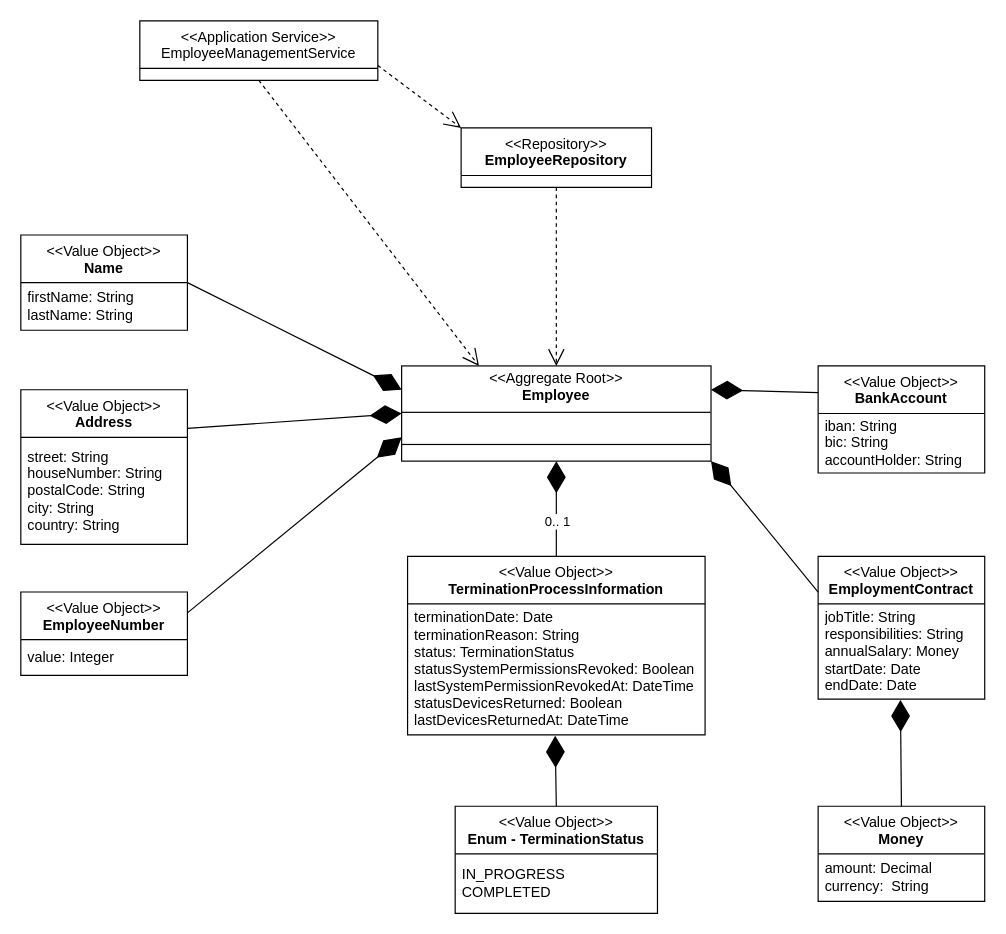
Above: uml/hr-management.drawio in AlexanderCoopmans/FSE-Mitarbeiterverwaltung-Example (draw.io), before the change. Source tidied: cells renumbered, new cells numbered last; positions are measured from the earlier drawing's top-left corner, leaving out a move shared by most shapes. Both pictures are drawn from the tidied source at 119%, with x=0, y=0 at pixel (20, 20).
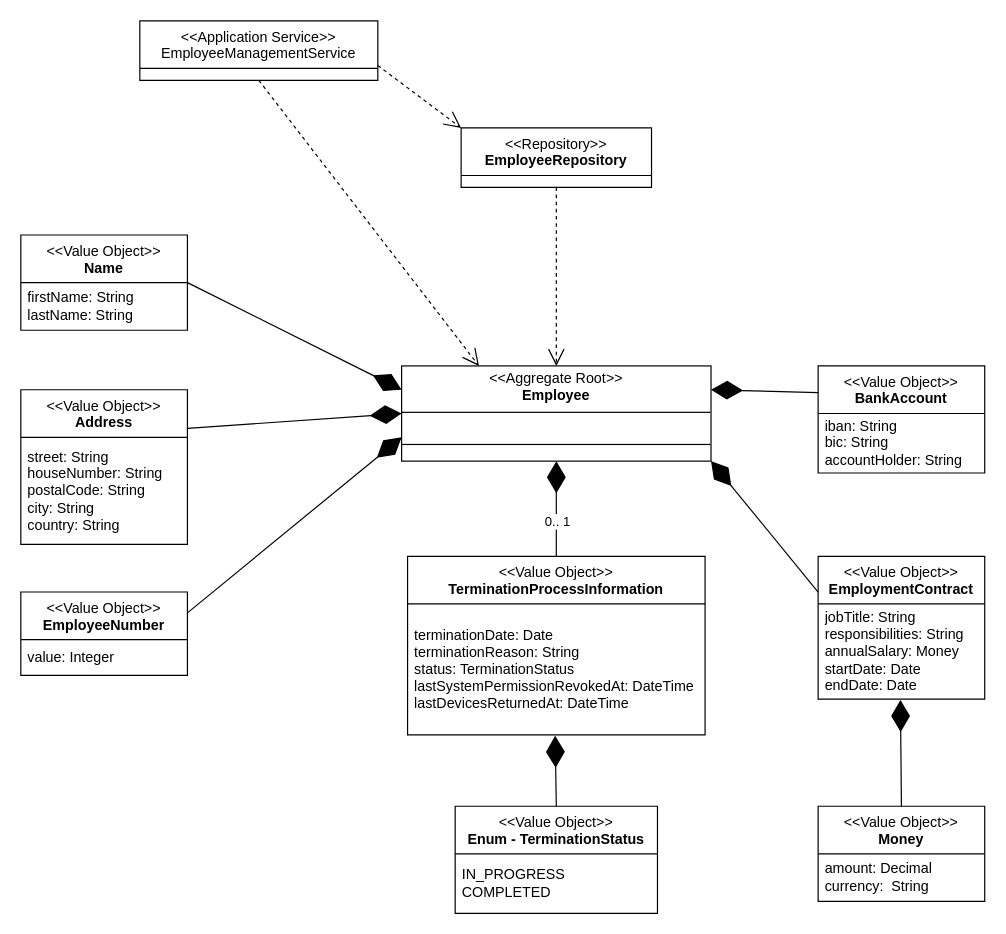
The same diagram, later.

The change refers to these unchanged cells:
```xml
<mxCell id="15" value="&amp;lt;&amp;lt;&lt;span style=&quot;color: rgb(0, 0, 0);&quot;&gt;Value Object&lt;/span&gt;&amp;gt;&amp;gt;&lt;br&gt;&lt;b&gt;TerminationProcessInformation&lt;/b&gt;" style="swimlane;fontStyle=0;align=center;verticalAlign=top;horizontal=1;startSize=40;html=1;whiteSpace=wrap;" parent="1" vertex="1">
  <mxGeometry x="325" y="450" width="250" height="150" as="geometry" />
</mxCell>
```

Diff of the diagram source:
```diff
@@
-    <mxCell id="16" value="&lt;div&gt;terminationDate: Date&lt;/div&gt;&lt;div&gt;terminationReason: String&lt;/div&gt;&lt;div&gt;status: TerminationStatus&lt;/div&gt;&lt;div&gt;statusSystemPermissionsRevoked: Boolean&lt;/div&gt;&lt;div&gt;lastSystemPermissionRevokedAt: DateTime&lt;/div&gt;&lt;div&gt;statusDevicesReturned: Boolean&lt;/div&gt;&lt;div&gt;lastDevicesReturnedAt: DateTime&lt;/div&gt;" style="text;html=1;strokeColor=none;fillColor=none;align=left;verticalAlign=middle;spacingLeft=4;spacingRight=4;overflow=hidden;points=[[0,0.5],[1,0.5]];portConstraint=eastwest;whiteSpace=wrap;" parent="15" vertex="1">
+    <mxCell id="16" value="&lt;div&gt;terminationDate: Date&lt;/div&gt;&lt;div&gt;terminationReason: String&lt;/div&gt;&lt;div&gt;status: TerminationStatus&lt;/div&gt;&lt;div&gt;lastSystemPermissionRevokedAt: DateTime&lt;/div&gt;&lt;div&gt;lastDevicesReturnedAt: DateTime&lt;/div&gt;" style="text;html=1;strokeColor=none;fillColor=none;align=left;verticalAlign=middle;spacingLeft=4;spacingRight=4;overflow=hidden;points=[[0,0.5],[1,0.5]];portConstraint=eastwest;whiteSpace=wrap;" parent="15" vertex="1">
       <mxGeometry y="40" width="250" height="110" as="geometry" />
     </mxCell>
```
